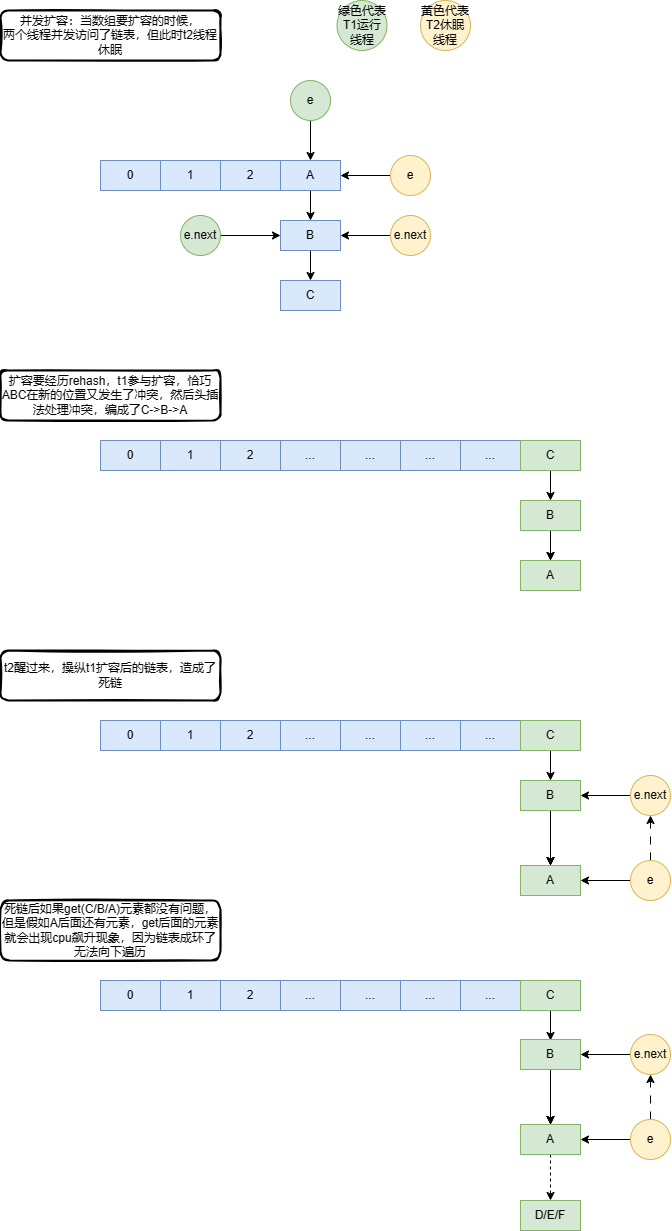
This is HashMap头插法导致并发扩容后的死链问题.drawio.png from lyflexi/draw.io-online, a draw.io export, as it was before one commit. Source tidied: cells renumbered, new cells last; positions are measured from the earlier drawing's top-left corner, leaving out a move shared by most shapes.
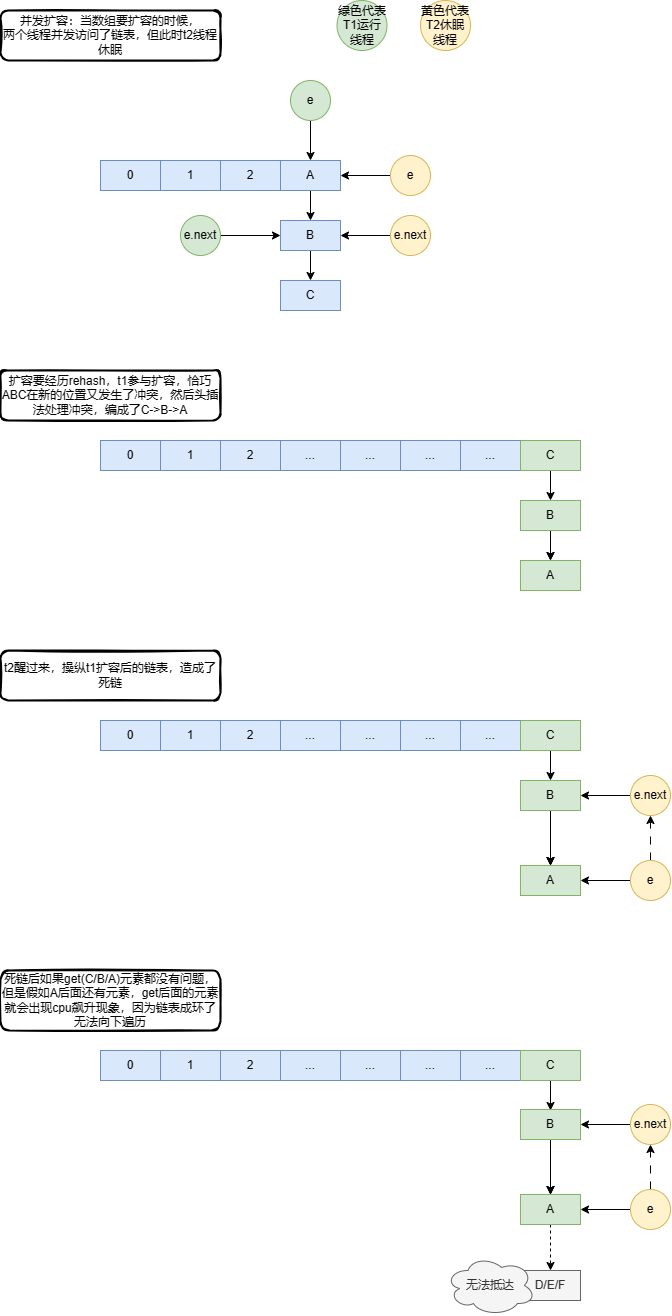
The same file after the commit.

Commit message:
更新HashMap头插法导致并发扩容后的死链问题.drawio.png

The edit, as a diff of the source:
```diff
@@ -152,14 +152,12 @@
     <mxCell id="51" style="edgeStyle=orthogonalEdgeStyle;rounded=0;orthogonalLoop=1;jettySize=auto;html=1;exitX=0.5;exitY=1;exitDx=0;exitDy=0;" parent="1" edge="1" source="38" target="38">
       <mxGeometry relative="1" as="geometry" />
     </mxCell>
-    <mxCell id="52" style="edgeStyle=orthogonalEdgeStyle;rounded=0;jettySize=auto;html=1;exitX=0;exitY=0.5;exitDx=0;exitDy=0;entryX=1;entryY=0.5;entryDx=0;entryDy=0;" parent="1" edge="1" source="54">
-      <mxGeometry relative="1" as="geometry">
-        <mxPoint x="580" y="880" as="targetPoint" />
-      </mxGeometry>
-    </mxCell>
     <mxCell id="53" style="edgeStyle=orthogonalEdgeStyle;rounded=0;jettySize=auto;html=1;entryX=0.5;entryY=1;entryDx=0;entryDy=0;dashed=1;dashPattern=8 8;" parent="1" edge="1" source="54" target="56">
       <mxGeometry relative="1" as="geometry" />
     </mxCell>
+    <mxCell id="80" style="edgeStyle=orthogonalEdgeStyle;rounded=0;jettySize=auto;html=1;exitX=0;exitY=0.5;exitDx=0;exitDy=0;entryX=1;entryY=0.5;entryDx=0;entryDy=0;" parent="1" edge="1" source="54" target="47">
+      <mxGeometry relative="1" as="geometry" />
+    </mxCell>
     <mxCell id="54" value="e" style="ellipse;whiteSpace=wrap;html=1;fillColor=#fff2cc;strokeColor=#d6b656;" parent="1" vertex="1">
       <mxGeometry x="630" y="860" width="40" height="40" as="geometry" />
     </mxCell>
@@ -172,36 +170,36 @@
       <mxGeometry x="630" y="775" width="40" height="40" as="geometry" />
     </mxCell>
     <mxCell id="57" value="0" style="rounded=0;whiteSpace=wrap;html=1;fillColor=#dae8fc;strokeColor=#6c8ebf;" parent="1" vertex="1">
-      <mxGeometry x="100" y="980" width="60" height="30" as="geometry" />
+      <mxGeometry x="100" y="1050" width="60" height="30" as="geometry" />
     </mxCell>
     <mxCell id="58" value="1" style="rounded=0;whiteSpace=wrap;html=1;fillColor=#dae8fc;strokeColor=#6c8ebf;" parent="1" vertex="1">
-      <mxGeometry x="160" y="980" width="60" height="30" as="geometry" />
+      <mxGeometry x="160" y="1050" width="60" height="30" as="geometry" />
     </mxCell>
     <mxCell id="59" value="2" style="rounded=0;whiteSpace=wrap;html=1;fillColor=#dae8fc;strokeColor=#6c8ebf;" parent="1" vertex="1">
-      <mxGeometry x="220" y="980" width="60" height="30" as="geometry" />
+      <mxGeometry x="220" y="1050" width="60" height="30" as="geometry" />
     </mxCell>
     <mxCell id="60" value="..." style="rounded=0;whiteSpace=wrap;html=1;fillColor=#dae8fc;strokeColor=#6c8ebf;" parent="1" vertex="1">
-      <mxGeometry x="400" y="980" width="60" height="30" as="geometry" />
+      <mxGeometry x="400" y="1050" width="60" height="30" as="geometry" />
     </mxCell>
     <mxCell id="61" value="..." style="rounded=0;whiteSpace=wrap;html=1;fillColor=#dae8fc;strokeColor=#6c8ebf;" parent="1" vertex="1">
-      <mxGeometry x="460" y="980" width="60" height="30" as="geometry" />
+      <mxGeometry x="460" y="1050" width="60" height="30" as="geometry" />
     </mxCell>
     <mxCell id="62" style="edgeStyle=orthogonalEdgeStyle;rounded=0;jettySize=auto;html=1;exitX=0.5;exitY=1;exitDx=0;exitDy=0;entryX=0.5;entryY=0;entryDx=0;entryDy=0;" parent="1" edge="1" source="63">
       <mxGeometry relative="1" as="geometry">
-        <mxPoint x="550" y="1040" as="targetPoint" />
+        <mxPoint x="550" y="1110" as="targetPoint" />
       </mxGeometry>
     </mxCell>
     <mxCell id="63" value="C" style="rounded=0;whiteSpace=wrap;html=1;fillColor=#d5e8d4;strokeColor=#82b366;" parent="1" vertex="1">
-      <mxGeometry x="520" y="980" width="60" height="30" as="geometry" />
+      <mxGeometry x="520" y="1050" width="60" height="30" as="geometry" />
     </mxCell>
     <mxCell id="64" value="..." style="rounded=0;whiteSpace=wrap;html=1;fillColor=#dae8fc;strokeColor=#6c8ebf;" parent="1" vertex="1">
-      <mxGeometry x="280" y="980" width="60" height="30" as="geometry" />
+      <mxGeometry x="280" y="1050" width="60" height="30" as="geometry" />
     </mxCell>
     <mxCell id="65" value="..." style="rounded=0;whiteSpace=wrap;html=1;fillColor=#dae8fc;strokeColor=#6c8ebf;" parent="1" vertex="1">
-      <mxGeometry x="340" y="980" width="60" height="30" as="geometry" />
+      <mxGeometry x="340" y="1050" width="60" height="30" as="geometry" />
     </mxCell>
     <mxCell id="66" value="死链后如果get(C/B/A)元素都没有问题，但是假如A后面还有元素，get后面的元素就会出现cpu飙升现象，因为链表成环了无法向下遍历" style="rounded=1;whiteSpace=wrap;html=1;strokeWidth=2;fillWeight=4;hachureGap=8;hachureAngle=45;fillColor=none;sketch=1;strokeColor=default;" parent="1" vertex="1">
-      <mxGeometry y="900" width="220" height="60" as="geometry" />
+      <mxGeometry y="970" width="220" height="60" as="geometry" />
     </mxCell>
     <mxCell id="67" style="edgeStyle=orthogonalEdgeStyle;rounded=0;orthogonalLoop=1;jettySize=auto;html=1;exitX=0.5;exitY=1;exitDx=0;exitDy=0;" parent="1" edge="1" source="59" target="59">
       <mxGeometry relative="1" as="geometry" />
@@ -216,35 +214,38 @@
       <mxGeometry relative="1" as="geometry" />
     </mxCell>
     <mxCell id="71" value="B" style="rounded=0;whiteSpace=wrap;html=1;fillColor=#d5e8d4;strokeColor=#82b366;" parent="1" vertex="1">
-      <mxGeometry x="520" y="1039" width="60" height="30" as="geometry" />
+      <mxGeometry x="520" y="1109" width="60" height="30" as="geometry" />
     </mxCell>
     <mxCell id="72" style="edgeStyle=orthogonalEdgeStyle;rounded=0;jettySize=auto;html=1;entryX=0.5;entryY=0;entryDx=0;entryDy=0;dashed=1;" parent="1" edge="1" source="73" target="79">
       <mxGeometry relative="1" as="geometry" />
     </mxCell>
     <mxCell id="73" value="A" style="rounded=0;whiteSpace=wrap;html=1;fillColor=#d5e8d4;strokeColor=#82b366;" parent="1" vertex="1">
-      <mxGeometry x="520" y="1124" width="60" height="30" as="geometry" />
+      <mxGeometry x="520" y="1194" width="60" height="30" as="geometry" />
     </mxCell>
     <mxCell id="74" style="edgeStyle=orthogonalEdgeStyle;rounded=0;jettySize=auto;html=1;exitX=0;exitY=0.5;exitDx=0;exitDy=0;entryX=1;entryY=0.5;entryDx=0;entryDy=0;" parent="1" edge="1" source="76">
       <mxGeometry relative="1" as="geometry">
-        <mxPoint x="580" y="1139" as="targetPoint" />
+        <mxPoint x="580" y="1209" as="targetPoint" />
       </mxGeometry>
     </mxCell>
     <mxCell id="75" style="edgeStyle=orthogonalEdgeStyle;rounded=0;jettySize=auto;html=1;entryX=0.5;entryY=1;entryDx=0;entryDy=0;dashed=1;dashPattern=8 8;" parent="1" edge="1" source="76" target="78">
       <mxGeometry relative="1" as="geometry" />
     </mxCell>
     <mxCell id="76" value="e" style="ellipse;whiteSpace=wrap;html=1;fillColor=#fff2cc;strokeColor=#d6b656;" parent="1" vertex="1">
-      <mxGeometry x="630" y="1119" width="40" height="40" as="geometry" />
+      <mxGeometry x="630" y="1189" width="40" height="40" as="geometry" />
     </mxCell>
     <mxCell id="77" style="edgeStyle=orthogonalEdgeStyle;rounded=0;jettySize=auto;html=1;exitX=0;exitY=0.5;exitDx=0;exitDy=0;entryX=1;entryY=0.5;entryDx=0;entryDy=0;" parent="1" edge="1" source="78">
       <mxGeometry relative="1" as="geometry">
-        <mxPoint x="580" y="1054" as="targetPoint" />
+        <mxPoint x="580" y="1124" as="targetPoint" />
       </mxGeometry>
     </mxCell>
     <mxCell id="78" value="e.next" style="ellipse;whiteSpace=wrap;html=1;fillColor=#fff2cc;strokeColor=#d6b656;" parent="1" vertex="1">
-      <mxGeometry x="630" y="1034" width="40" height="40" as="geometry" />
+      <mxGeometry x="630" y="1104" width="40" height="40" as="geometry" />
     </mxCell>
-    <mxCell id="79" value="D/E/F" style="rounded=0;whiteSpace=wrap;html=1;fillColor=#d5e8d4;strokeColor=#82b366;" parent="1" vertex="1">
-      <mxGeometry x="520" y="1200" width="60" height="30" as="geometry" />
+    <mxCell id="79" value="D/E/F" style="rounded=0;whiteSpace=wrap;html=1;fillColor=#f5f5f5;strokeColor=#666666;fontColor=#333333;" parent="1" vertex="1">
+      <mxGeometry x="520" y="1270" width="60" height="30" as="geometry" />
     </mxCell>
+    <mxCell id="81" value="无法抵达" style="ellipse;shape=cloud;whiteSpace=wrap;html=1;fillColor=#f5f5f5;strokeColor=#666666;fontColor=#333333;" parent="1" vertex="1">
+      <mxGeometry x="445" y="1255" width="90" height="60" as="geometry" />
+    </mxCell>
   </root>
 </mxGraphModel>
```
